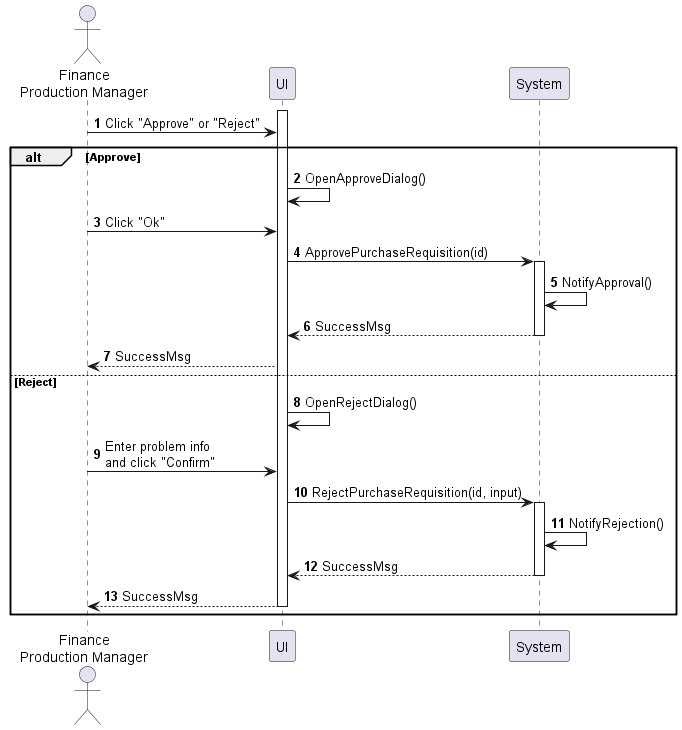
The PlantUML diagram sequences/purchase-requisition-approve.png in phihungha/scmss-reqs, before a commit.
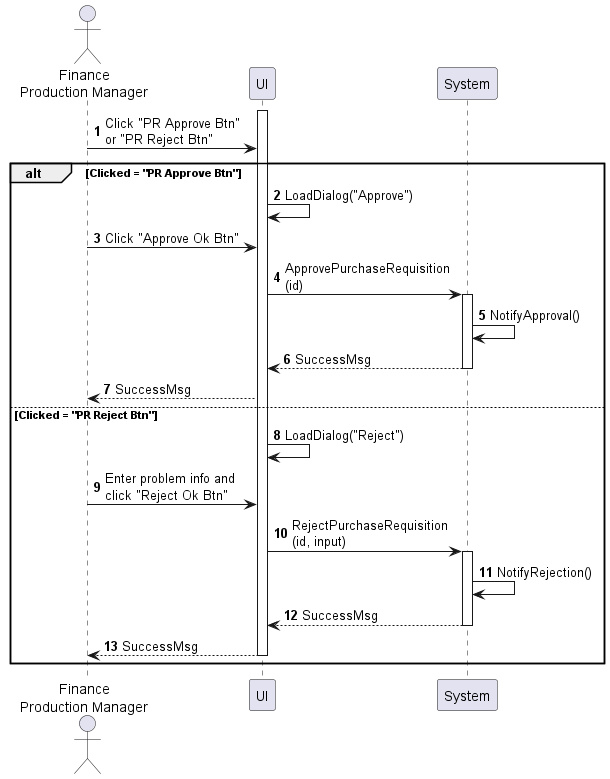
After the commit.

Change to the diagram source:
```diff
@@ -6,21 +6,21 @@
 participant System as b
 
 activate f
-a -> f : Click "Approve" or "Reject"
+a -> f : Click "PR Approve Btn"\nor "PR Reject Btn"
 
-alt Approve
-    f -> f : OpenApproveDialog()
-    a -> f : Click "Ok"
-    f -> b : ApprovePurchaseRequisition(id)
+alt Clicked = "PR Approve Btn"
+    f -> f : LoadDialog("Approve")
+    a -> f : Click "Approve Ok Btn"
+    f -> b : ApprovePurchaseRequisition\n(id)
     activate b
     b -> b : NotifyApproval()
     b --> f : SuccessMsg
     deactivate b
     f --> a : SuccessMsg
-else Reject
-    f -> f : OpenRejectDialog()
-    a -> f : Enter problem info\nand click "Confirm"
-    f -> b : RejectPurchaseRequisition(id, input)
+else Clicked = "PR Reject Btn"
+    f -> f : LoadDialog("Reject")
+    a -> f : Enter problem info and\nclick "Reject Ok Btn"
+    f -> b : RejectPurchaseRequisition\n(id, input)
     activate b
     b -> b : NotifyRejection()
     return SuccessMsg
```
